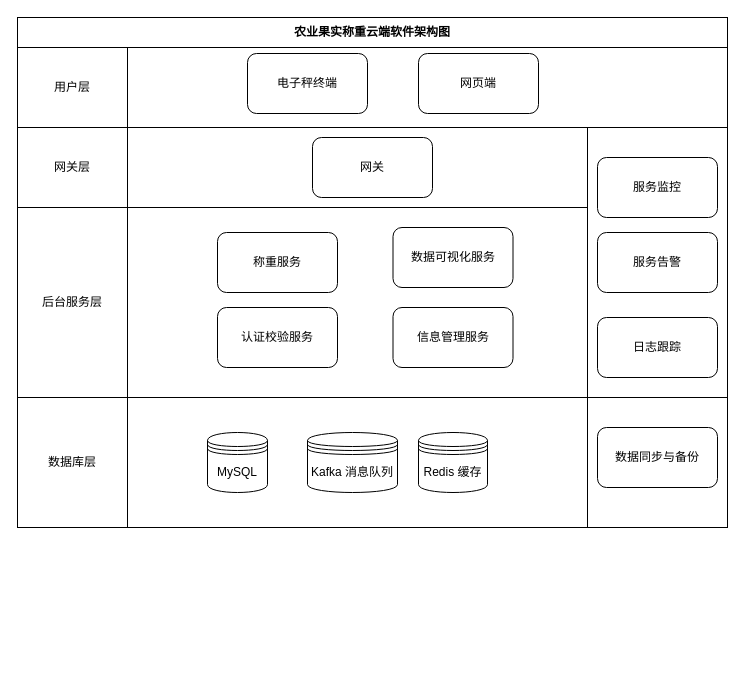
Above: design/软件分层架构图.dio in akynazh/aws (draw.io), before the change. Source tidied: cells renumbered, new cells numbered last; positions are measured from the earlier drawing's top-left corner, leaving out a move shared by most shapes. Both pictures are drawn from the tidied source at 100%, with x=0, y=0 at pixel (17, 17).
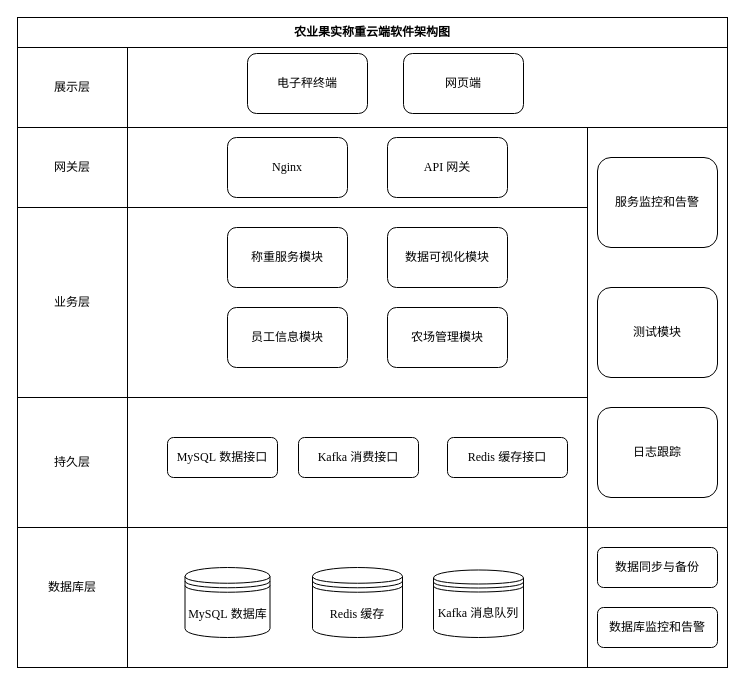
The same diagram, later.

The edit, as a diff of the source:
```diff
@@
-    <mxCell id="2" style="rounded=0;whiteSpace=wrap;html=1;" parent="1" vertex="1">
-      <mxGeometry y="30" width="710" height="480" as="geometry" />
+    <mxCell id="2" style="rounded=0;whiteSpace=wrap;html=1;fontFamily=Songti SC;" parent="1" vertex="1">
+      <mxGeometry y="160" width="710" height="490" as="geometry" />
     </mxCell>
-    <mxCell id="3" value="&lt;span style=&quot;font-weight: 700;&quot;&gt;农业果实称重云端软件架构图&lt;/span&gt;" style="rounded=0;whiteSpace=wrap;html=1;" parent="1" vertex="1">
+    <mxCell id="3" value="&lt;span style=&quot;font-weight: 700;&quot;&gt;农业果实称重云端软件架构图&lt;/span&gt;" style="rounded=0;whiteSpace=wrap;html=1;fontFamily=Songti SC;" parent="1" vertex="1">
       <mxGeometry width="710" height="30" as="geometry" />
     </mxCell>
-    <mxCell id="4" style="rounded=0;whiteSpace=wrap;html=1;" parent="1" vertex="1">
+    <mxCell id="4" style="rounded=0;whiteSpace=wrap;html=1;fontFamily=Songti SC;" parent="1" vertex="1">
       <mxGeometry y="30" width="710" height="80" as="geometry" />
     </mxCell>
-    <mxCell id="5" value="用户层" style="rounded=0;whiteSpace=wrap;html=1;" parent="1" vertex="1">
+    <mxCell id="5" value="&lt;font&gt;展示层&lt;/font&gt;" style="rounded=0;whiteSpace=wrap;html=1;fontFamily=Songti SC;" parent="1" vertex="1">
       <mxGeometry y="30" width="110" height="80" as="geometry" />
     </mxCell>
-    <mxCell id="6" value="电子秤终端" style="rounded=1;whiteSpace=wrap;html=1;" parent="1" vertex="1">
+    <mxCell id="6" value="电子秤终端" style="rounded=1;whiteSpace=wrap;html=1;fontFamily=Songti SC;" parent="1" vertex="1">
       <mxGeometry x="230" y="36" width="120" height="60" as="geometry" />
     </mxCell>
-    <mxCell id="7" value="网页端" style="rounded=1;whiteSpace=wrap;html=1;" parent="1" vertex="1">
-      <mxGeometry x="401" y="36" width="120" height="60" as="geometry" />
+    <mxCell id="7" value="网页端" style="rounded=1;whiteSpace=wrap;html=1;fontFamily=Songti SC;" parent="1" vertex="1">
+      <mxGeometry x="386" y="36" width="120" height="60" as="geometry" />
     </mxCell>
-    <mxCell id="8" value="网关层" style="rounded=0;whiteSpace=wrap;html=1;" parent="1" vertex="1">
+    <mxCell id="8" value="网关层" style="rounded=0;whiteSpace=wrap;html=1;fontFamily=Songti SC;" parent="1" vertex="1">
       <mxGeometry y="110" width="110" height="80" as="geometry" />
     </mxCell>
-    <mxCell id="9" style="rounded=0;whiteSpace=wrap;html=1;" parent="1" vertex="1">
+    <mxCell id="9" style="rounded=0;whiteSpace=wrap;html=1;fontFamily=Songti SC;" parent="1" vertex="1">
       <mxGeometry x="110" y="110" width="460" height="80" as="geometry" />
     </mxCell>
-    <mxCell id="10" value="网关" style="rounded=1;whiteSpace=wrap;html=1;" parent="1" vertex="1">
-      <mxGeometry x="295" y="120" width="120" height="60" as="geometry" />
+    <mxCell id="10" value="&lt;font face=&quot;Times New Roman&quot;&gt;API 网关&lt;/font&gt;" style="rounded=1;whiteSpace=wrap;html=1;fontFamily=Songti SC;" parent="1" vertex="1">
+      <mxGeometry x="370" y="120" width="120" height="60" as="geometry" />
     </mxCell>
-    <mxCell id="11" value="后台服务层" style="rounded=0;whiteSpace=wrap;html=1;" parent="1" vertex="1">
+    <mxCell id="11" value="业务层" style="rounded=0;whiteSpace=wrap;html=1;fontFamily=Songti SC;" parent="1" vertex="1">
       <mxGeometry y="190" width="110" height="190" as="geometry" />
     </mxCell>
-    <mxCell id="12" style="rounded=0;whiteSpace=wrap;html=1;" parent="1" vertex="1">
+    <mxCell id="12" style="rounded=0;whiteSpace=wrap;html=1;fontFamily=Songti SC;" parent="1" vertex="1">
       <mxGeometry x="110" y="190" width="460" height="190" as="geometry" />
     </mxCell>
-    <mxCell id="13" style="rounded=0;whiteSpace=wrap;html=1;" parent="1" vertex="1">
-      <mxGeometry x="570" y="110" width="140" height="270" as="geometry" />
+    <mxCell id="13" style="rounded=0;whiteSpace=wrap;html=1;fontFamily=Songti SC;" parent="1" vertex="1">
+      <mxGeometry x="570" y="110" width="140" height="400" as="geometry" />
     </mxCell>
-    <mxCell id="14" value="称重服务" style="rounded=1;whiteSpace=wrap;html=1;" parent="1" vertex="1">
-      <mxGeometry x="200" y="215" width="120" height="60" as="geometry" />
+    <mxCell id="14" value="称重服务模块" style="rounded=1;whiteSpace=wrap;html=1;fontFamily=Songti SC;" parent="1" vertex="1">
+      <mxGeometry x="210" y="210" width="120" height="60" as="geometry" />
     </mxCell>
-    <mxCell id="15" value="数据可视化服务" style="rounded=1;whiteSpace=wrap;html=1;" parent="1" vertex="1">
-      <mxGeometry x="375.5" y="210" width="120" height="60" as="geometry" />
+    <mxCell id="15" value="数据可视化模块" style="rounded=1;whiteSpace=wrap;html=1;fontFamily=Songti SC;" parent="1" vertex="1">
+      <mxGeometry x="370" y="210" width="120" height="60" as="geometry" />
     </mxCell>
-    <mxCell id="16" value="信息管理服务" style="rounded=1;whiteSpace=wrap;html=1;" parent="1" vertex="1">
-      <mxGeometry x="375.5" y="290" width="120" height="60" as="geometry" />
-    </mxCell>
-    <mxCell id="17" value="服务监控" style="rounded=1;whiteSpace=wrap;html=1;" parent="1" vertex="1">
-      <mxGeometry x="580" y="140" width="120" height="60" as="geometry" />
+    <mxCell id="17" value="服务监控和告警" style="rounded=1;whiteSpace=wrap;html=1;fontFamily=Songti SC;" parent="1" vertex="1">
+      <mxGeometry x="580" y="140" width="120" height="90" as="geometry" />
     </mxCell>
-    <mxCell id="18" value="服务告警" style="rounded=1;whiteSpace=wrap;html=1;" parent="1" vertex="1">
-      <mxGeometry x="580" y="215" width="120" height="60" as="geometry" />
-    </mxCell>
-    <mxCell id="19" value="日志跟踪" style="rounded=1;whiteSpace=wrap;html=1;" parent="1" vertex="1">
-      <mxGeometry x="580" y="300" width="120" height="60" as="geometry" />
+    <mxCell id="19" value="日志跟踪" style="rounded=1;whiteSpace=wrap;html=1;fontFamily=Songti SC;" parent="1" vertex="1">
+      <mxGeometry x="580" y="390" width="120" height="90" as="geometry" />
     </mxCell>
-    <mxCell id="20" value="认证校验服务" style="rounded=1;whiteSpace=wrap;html=1;" parent="1" vertex="1">
-      <mxGeometry x="200" y="290" width="120" height="60" as="geometry" />
+    <mxCell id="20" value="农场管理模块" style="rounded=1;whiteSpace=wrap;html=1;fontFamily=Songti SC;" parent="1" vertex="1">
+      <mxGeometry x="370" y="290" width="120" height="60" as="geometry" />
     </mxCell>
-    <mxCell id="21" value="数据库层" style="rounded=0;whiteSpace=wrap;html=1;" parent="1" vertex="1">
-      <mxGeometry y="380" width="110" height="130" as="geometry" />
+    <mxCell id="21" value="数据库层" style="rounded=0;whiteSpace=wrap;html=1;fontFamily=Songti SC;" parent="1" vertex="1">
+      <mxGeometry y="490" width="110" height="160" as="geometry" />
     </mxCell>
-    <mxCell id="22" style="rounded=0;whiteSpace=wrap;html=1;" parent="1" vertex="1">
-      <mxGeometry x="110" y="380" width="460" height="130" as="geometry" />
+    <mxCell id="22" style="rounded=0;whiteSpace=wrap;html=1;fontFamily=Songti SC;" parent="1" vertex="1">
+      <mxGeometry x="110" y="510" width="460" height="140" as="geometry" />
     </mxCell>
-    <mxCell id="23" value="MySQL" style="shape=datastore;whiteSpace=wrap;html=1;" parent="1" vertex="1">
-      <mxGeometry x="190" y="415" width="60" height="60" as="geometry" />
+    <mxCell id="23" value="&lt;font face=&quot;Times New Roman&quot;&gt;MySQL&lt;/font&gt; 数据库" style="shape=datastore;whiteSpace=wrap;html=1;fontFamily=Songti SC;" parent="1" vertex="1">
+      <mxGeometry x="167.5" y="550" width="85" height="70" as="geometry" />
     </mxCell>
-    <mxCell id="24" value="Kafka 消息队列" style="shape=datastore;whiteSpace=wrap;html=1;" parent="1" vertex="1">
-      <mxGeometry x="290" y="415" width="90" height="60" as="geometry" />
-    </mxCell>
-    <mxCell id="25" value="Redis 缓存" style="shape=datastore;whiteSpace=wrap;html=1;" parent="1" vertex="1">
-      <mxGeometry x="401" y="415" width="69" height="60" as="geometry" />
+    <mxCell id="25" value="&lt;font face=&quot;Times New Roman&quot;&gt;Redis &lt;/font&gt;缓存" style="shape=datastore;whiteSpace=wrap;html=1;fontFamily=Songti SC;" parent="1" vertex="1">
+      <mxGeometry x="295" y="550" width="90" height="70" as="geometry" />
     </mxCell>
-    <mxCell id="26" value="数据同步与备份" style="rounded=1;whiteSpace=wrap;html=1;" parent="1" vertex="1">
-      <mxGeometry x="580" y="410" width="120" height="60" as="geometry" />
+    <mxCell id="26" value="数据同步与备份" style="rounded=1;whiteSpace=wrap;html=1;fontFamily=Songti SC;" parent="1" vertex="1">
+      <mxGeometry x="580" y="530" width="120" height="40" as="geometry" />
     </mxCell>
+    <mxCell id="27" value="持久层" style="rounded=0;whiteSpace=wrap;html=1;fontFamily=Songti SC;" parent="1" vertex="1">
+      <mxGeometry y="380" width="110" height="130" as="geometry" />
+    </mxCell>
+    <mxCell id="28" style="rounded=0;whiteSpace=wrap;html=1;fontFamily=Songti SC;" parent="1" vertex="1">
+      <mxGeometry x="110" y="380" width="460" height="130" as="geometry" />
+    </mxCell>
+    <mxCell id="29" value="&lt;font face=&quot;Times New Roman&quot;&gt;MySQL&lt;/font&gt; 数据接口" style="rounded=1;whiteSpace=wrap;html=1;fontFamily=Songti SC;" parent="1" vertex="1">
+      <mxGeometry x="150" y="420" width="110" height="40" as="geometry" />
+    </mxCell>
+    <mxCell id="30" value="&lt;font face=&quot;Times New Roman&quot;&gt;Kafka&lt;/font&gt; 消费接口" style="rounded=1;whiteSpace=wrap;html=1;fontFamily=Songti SC;" parent="1" vertex="1">
+      <mxGeometry x="281" y="420" width="120" height="40" as="geometry" />
+    </mxCell>
+    <mxCell id="31" value="&lt;font face=&quot;Times New Roman&quot;&gt;Redis&lt;/font&gt; 缓存接口" style="rounded=1;whiteSpace=wrap;html=1;fontFamily=Songti SC;" parent="1" vertex="1">
+      <mxGeometry x="430" y="420" width="120" height="40" as="geometry" />
+    </mxCell>
+    <mxCell id="24" value="&lt;font face=&quot;Times New Roman&quot;&gt;Kafka&lt;/font&gt; 消息队列" style="shape=datastore;whiteSpace=wrap;html=1;fontFamily=Songti SC;" parent="1" vertex="1">
+      <mxGeometry x="416" y="552.5" width="90" height="67.5" as="geometry" />
+    </mxCell>
+    <mxCell id="32" value="&lt;font face=&quot;Times New Roman&quot;&gt;Nginx&lt;/font&gt;" style="rounded=1;whiteSpace=wrap;html=1;fontFamily=Songti SC;" parent="1" vertex="1">
+      <mxGeometry x="210" y="120" width="120" height="60" as="geometry" />
+    </mxCell>
+    <mxCell id="33" value="数据库监控和告警" style="rounded=1;whiteSpace=wrap;html=1;fontFamily=Songti SC;" parent="1" vertex="1">
+      <mxGeometry x="580" y="590" width="120" height="40" as="geometry" />
+    </mxCell>
+    <mxCell id="34" value="员工信息模块" style="rounded=1;whiteSpace=wrap;html=1;fontFamily=Songti SC;" parent="1" vertex="1">
+      <mxGeometry x="210" y="290" width="120" height="60" as="geometry" />
+    </mxCell>
+    <mxCell id="35" value="测试模块" style="rounded=1;whiteSpace=wrap;html=1;fontFamily=Songti SC;" parent="1" vertex="1">
+      <mxGeometry x="580" y="270" width="120" height="90" as="geometry" />
+    </mxCell>
```
